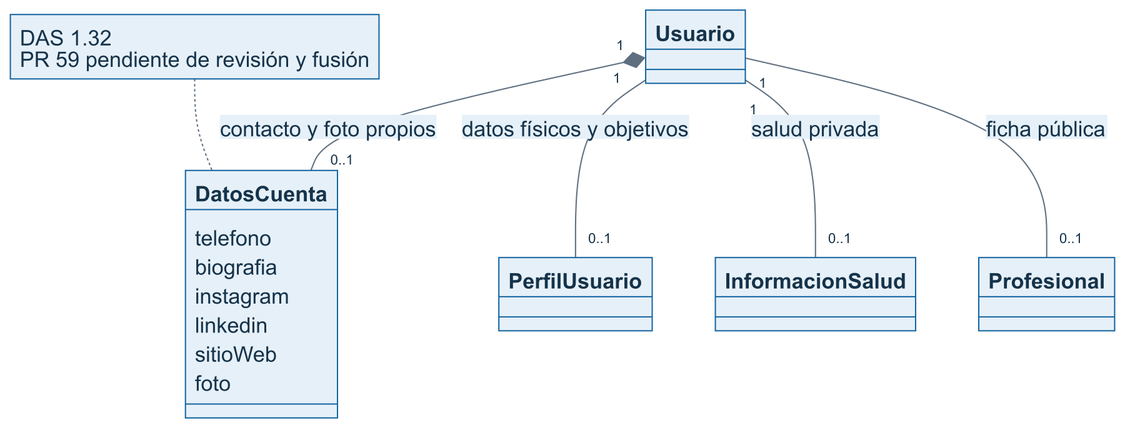
Above: FASE 2/Evidencias Proyecto/Evidencias de documentación/Diagramas (Miro)/Actualización Sprint 3/Presentacion_DAS/02_Diagrama_de_Clases_Resumen.png in ncxlas/FitSearch (Mermaid), before the change. Its source is kept beside it as FASE 2/Evidencias Proyecto/Evidencias de documentación/Diagramas (Miro)/Actualización Sprint 3/Presentacion_DAS/02_Diagrama_de_Clases_Resumen.mmd.
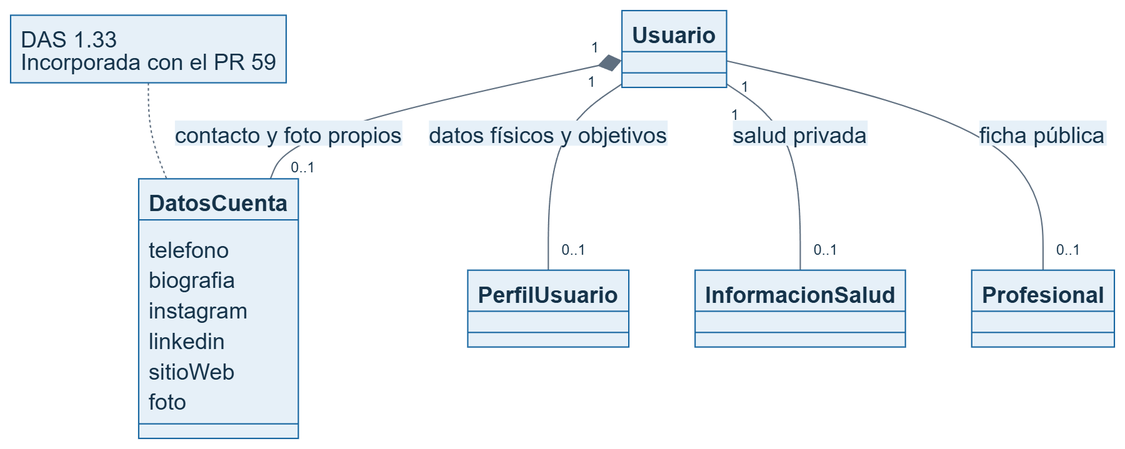
The same diagram one commit later.

Change to the diagram source:
```diff
@@ -16,4 +16,4 @@
   Usuario "1" -- "0..1" PerfilUsuario : datos físicos y objetivos
   Usuario "1" -- "0..1" InformacionSalud : salud privada
   Usuario "1" -- "0..1" Profesional : ficha pública
-  note for DatosCuenta "DAS 1.32\nPR 59 pendiente de revisión y fusión"
+  note for DatosCuenta "DAS 1.33\nIncorporada con el PR 59"
```
